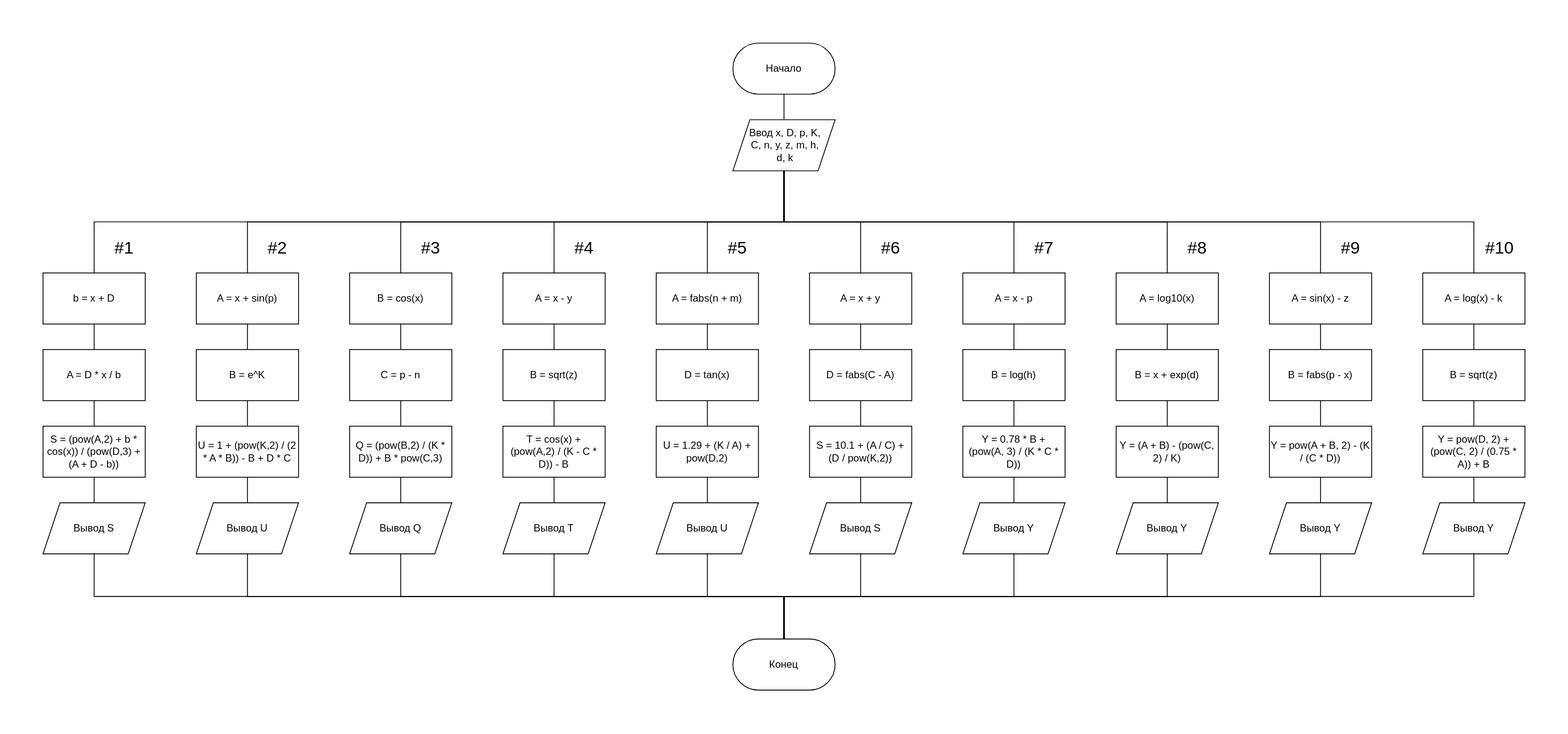
Before: lab1/ex6.svg, a diagram exported from draw.io (anterg0/bsuir). Source tidied: cells renumbered, new cells last; positions are measured from the earlier drawing's top-left corner, leaving out a move shared by most shapes.
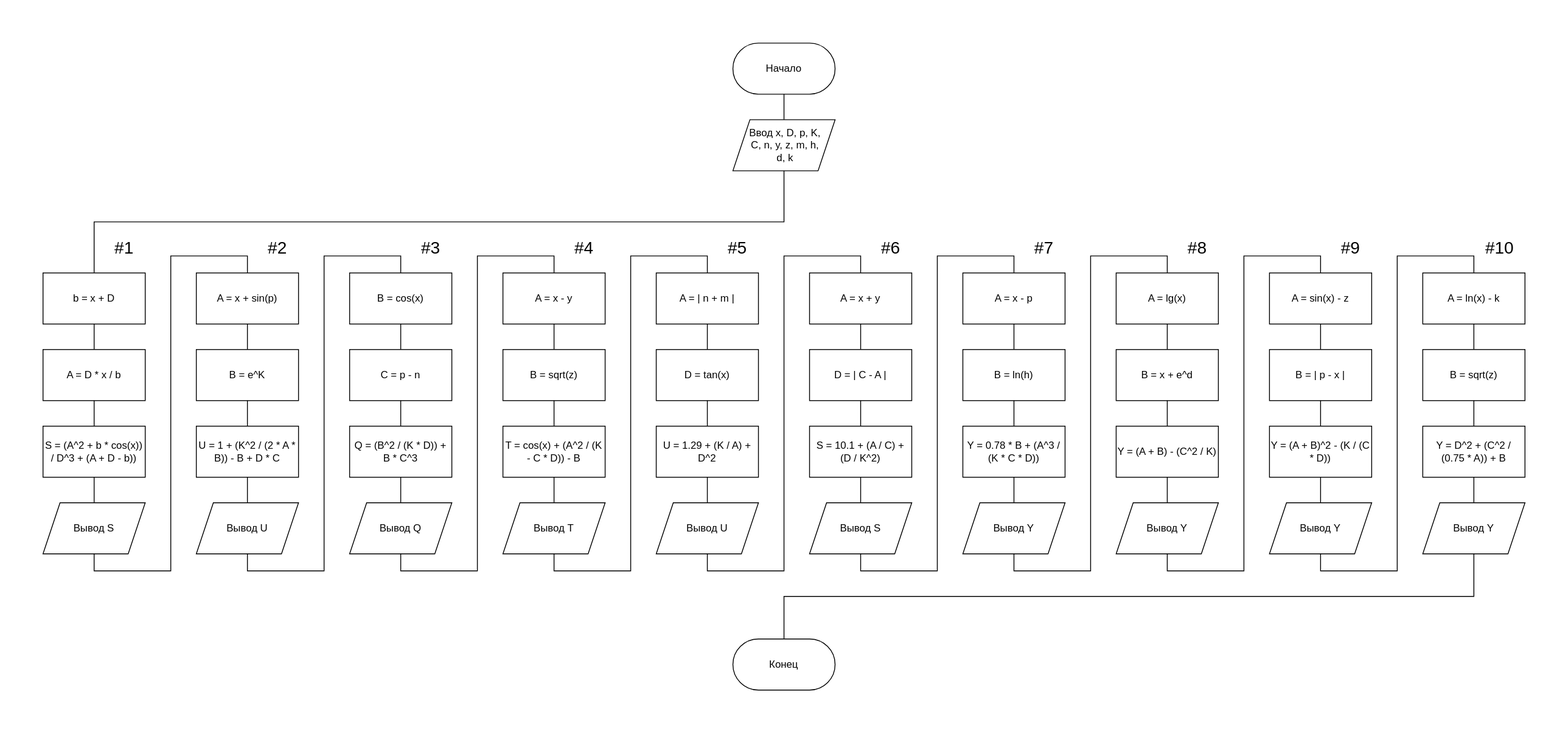
Above is the later version.

What changed in the source:
```diff
@@ -10,26 +10,2 @@
     </mxCell>
-    <mxCell id="4" style="rounded=0;jettySize=auto;html=1;exitX=0.5;exitY=1;exitDx=0;exitDy=0;endArrow=none;endFill=0;entryX=0.5;entryY=0;entryDx=0;entryDy=0;edgeStyle=orthogonalEdgeStyle;" parent="1" edge="1" source="14" target="32">
-      <mxGeometry relative="1" as="geometry" />
-    </mxCell>
-    <mxCell id="5" style="edgeStyle=orthogonalEdgeStyle;rounded=0;jettySize=auto;html=1;exitX=0.5;exitY=1;exitDx=0;exitDy=0;entryX=0.5;entryY=0;entryDx=0;entryDy=0;endArrow=none;endFill=0;" parent="1" edge="1" source="14" target="16">
-      <mxGeometry relative="1" as="geometry" />
-    </mxCell>
-    <mxCell id="6" style="edgeStyle=orthogonalEdgeStyle;rounded=0;jettySize=auto;html=1;exitX=0.5;exitY=1;exitDx=0;exitDy=0;entryX=0.5;entryY=0;entryDx=0;entryDy=0;endArrow=none;endFill=0;" parent="1" edge="1" source="14" target="24">
-      <mxGeometry relative="1" as="geometry" />
-    </mxCell>
-    <mxCell id="7" style="edgeStyle=orthogonalEdgeStyle;rounded=0;jettySize=auto;html=1;exitX=0.5;exitY=1;exitDx=0;exitDy=0;entryX=0.5;entryY=0;entryDx=0;entryDy=0;endArrow=none;endFill=0;" parent="1" edge="1" source="14" target="48">
-      <mxGeometry relative="1" as="geometry" />
-    </mxCell>
-    <mxCell id="8" style="edgeStyle=orthogonalEdgeStyle;rounded=0;jettySize=auto;html=1;exitX=0.5;exitY=1;exitDx=0;exitDy=0;entryX=0.5;entryY=0;entryDx=0;entryDy=0;endArrow=none;endFill=0;" parent="1" edge="1" source="14" target="40">
-      <mxGeometry relative="1" as="geometry" />
-    </mxCell>
-    <mxCell id="9" style="edgeStyle=orthogonalEdgeStyle;rounded=0;jettySize=auto;html=1;exitX=0.5;exitY=1;exitDx=0;exitDy=0;entryX=0.5;entryY=0;entryDx=0;entryDy=0;endArrow=none;endFill=0;" parent="1" edge="1" source="14" target="56">
-      <mxGeometry relative="1" as="geometry" />
-    </mxCell>
-    <mxCell id="10" style="edgeStyle=orthogonalEdgeStyle;rounded=0;jettySize=auto;html=1;exitX=0.5;exitY=1;exitDx=0;exitDy=0;entryX=0.5;entryY=0;entryDx=0;entryDy=0;endArrow=none;endFill=0;" parent="1" edge="1" source="14" target="64">
-      <mxGeometry relative="1" as="geometry" />
-    </mxCell>
-    <mxCell id="11" style="edgeStyle=orthogonalEdgeStyle;rounded=0;jettySize=auto;html=1;exitX=0.5;exitY=1;exitDx=0;exitDy=0;entryX=0.5;entryY=0;entryDx=0;entryDy=0;endArrow=none;endFill=0;" parent="1" edge="1" source="14" target="72">
-      <mxGeometry relative="1" as="geometry" />
-    </mxCell>
     <mxCell id="12" style="edgeStyle=orthogonalEdgeStyle;rounded=0;jettySize=auto;html=1;exitX=0.5;exitY=1;exitDx=0;exitDy=0;entryX=0.5;entryY=0;entryDx=0;entryDy=0;endArrow=none;endFill=0;" parent="1" edge="1" source="14" target="80">
@@ -37,5 +13,2 @@
     </mxCell>
-    <mxCell id="13" style="edgeStyle=orthogonalEdgeStyle;rounded=0;jettySize=auto;html=1;exitX=0.5;exitY=1;exitDx=0;exitDy=0;entryX=0.5;entryY=0;entryDx=0;entryDy=0;endArrow=none;endFill=0;" parent="1" edge="1" source="14" target="88">
-      <mxGeometry relative="1" as="geometry" />
-    </mxCell>
     <mxCell id="14" value="Ввод x, D, p, K, C, n, y, z, m, h, d, k" style="shape=parallelogram;perimeter=parallelogramPerimeter;whiteSpace=wrap;html=1;fixedSize=1;spacingLeft=14;spacingRight=11;" parent="1" vertex="1">
@@ -46,3 +19,3 @@
     </mxCell>
-    <mxCell id="16" value="A = fabs(n + m)" style="rounded=0;whiteSpace=wrap;html=1;" parent="1" vertex="1">
+    <mxCell id="16" value="A = | n + m |" style="rounded=0;whiteSpace=wrap;html=1;" parent="1" vertex="1">
       <mxGeometry x="720" y="270" width="120" height="60" as="geometry" />
@@ -58,8 +31,8 @@
     </mxCell>
-    <mxCell id="20" value="U = 1.29 + (K / A) + pow(D,2)" style="rounded=0;whiteSpace=wrap;html=1;" parent="1" vertex="1">
+    <mxCell id="20" value="U = 1.29 + (K / A) + D^2" style="rounded=0;whiteSpace=wrap;html=1;" parent="1" vertex="1">
       <mxGeometry x="720" y="450" width="120" height="60" as="geometry" />
     </mxCell>
-    <mxCell id="21" style="edgeStyle=orthogonalEdgeStyle;rounded=0;jettySize=auto;html=1;exitX=0.5;exitY=1;exitDx=0;exitDy=0;entryX=0.5;entryY=0;entryDx=0;entryDy=0;fontSize=20;startArrow=none;startFill=0;endArrow=none;endFill=0;" parent="1" edge="1" source="22" target="105">
-      <mxGeometry relative="1" as="geometry" />
-    </mxCell>
+    <mxCell id="106" style="edgeStyle=orthogonalEdgeStyle;rounded=0;jettySize=auto;html=1;exitX=0.5;exitY=1;exitDx=0;exitDy=0;entryX=0.5;entryY=0;entryDx=0;entryDy=0;fontSize=20;startArrow=none;startFill=0;endArrow=none;endFill=0;" parent="1" edge="1" source="22" target="32">
+      <mxGeometry relative="1" as="geometry" />
+    </mxCell>
     <mxCell id="22" value="Вывод U" style="shape=parallelogram;perimeter=parallelogramPerimeter;whiteSpace=wrap;html=1;fixedSize=1;" parent="1" vertex="1">
@@ -82,8 +55,8 @@
     </mxCell>
-    <mxCell id="28" value="T = cos(x) + (pow(A,2) / (K - C * D)) - B" style="rounded=0;whiteSpace=wrap;html=1;" parent="1" vertex="1">
+    <mxCell id="28" value="T = cos(x) + (A^2 / (K - C * D)) - B" style="rounded=0;whiteSpace=wrap;html=1;" parent="1" vertex="1">
       <mxGeometry x="540" y="450" width="120" height="60" as="geometry" />
     </mxCell>
-    <mxCell id="29" style="edgeStyle=orthogonalEdgeStyle;rounded=0;jettySize=auto;html=1;exitX=0.5;exitY=1;exitDx=0;exitDy=0;entryX=0.5;entryY=0;entryDx=0;entryDy=0;fontSize=20;startArrow=none;startFill=0;endArrow=none;endFill=0;" parent="1" edge="1" source="30" target="105">
-      <mxGeometry relative="1" as="geometry" />
-    </mxCell>
+    <mxCell id="107" style="edgeStyle=orthogonalEdgeStyle;rounded=0;jettySize=auto;html=1;exitX=0.5;exitY=1;exitDx=0;exitDy=0;entryX=0.5;entryY=0;entryDx=0;entryDy=0;fontSize=20;startArrow=none;startFill=0;endArrow=none;endFill=0;" parent="1" edge="1" source="30" target="16">
+      <mxGeometry relative="1" as="geometry" />
+    </mxCell>
     <mxCell id="30" value="Вывод T" style="shape=parallelogram;perimeter=parallelogramPerimeter;whiteSpace=wrap;html=1;fixedSize=1;" parent="1" vertex="1">
@@ -100,3 +73,3 @@
     </mxCell>
-    <mxCell id="34" value="D = fabs(C - A)" style="rounded=0;whiteSpace=wrap;html=1;" parent="1" vertex="1">
+    <mxCell id="34" value="D = | C - A |" style="rounded=0;whiteSpace=wrap;html=1;" parent="1" vertex="1">
       <mxGeometry x="900" y="360" width="120" height="60" as="geometry" />
@@ -106,8 +79,8 @@
     </mxCell>
-    <mxCell id="36" value="S = 10.1 + (A / C) + (D / pow(K,2))" style="rounded=0;whiteSpace=wrap;html=1;" parent="1" vertex="1">
+    <mxCell id="36" value="S = 10.1 + (A / C) + (D / K^2)" style="rounded=0;whiteSpace=wrap;html=1;" parent="1" vertex="1">
       <mxGeometry x="900" y="450" width="120" height="60" as="geometry" />
     </mxCell>
-    <mxCell id="37" style="edgeStyle=orthogonalEdgeStyle;rounded=0;jettySize=auto;html=1;exitX=0.5;exitY=1;exitDx=0;exitDy=0;entryX=0.5;entryY=0;entryDx=0;entryDy=0;fontSize=20;startArrow=none;startFill=0;endArrow=none;endFill=0;" parent="1" edge="1" source="38" target="105">
-      <mxGeometry relative="1" as="geometry" />
-    </mxCell>
+    <mxCell id="108" style="edgeStyle=orthogonalEdgeStyle;rounded=0;jettySize=auto;html=1;exitX=0.5;exitY=1;exitDx=0;exitDy=0;entryX=0.5;entryY=0;entryDx=0;entryDy=0;fontSize=20;startArrow=none;startFill=0;endArrow=none;endFill=0;" parent="1" edge="1" source="38" target="48">
+      <mxGeometry relative="1" as="geometry" />
+    </mxCell>
     <mxCell id="38" value="Вывод S" style="shape=parallelogram;perimeter=parallelogramPerimeter;whiteSpace=wrap;html=1;fixedSize=1;" parent="1" vertex="1">
@@ -130,8 +103,8 @@
     </mxCell>
-    <mxCell id="44" value="Q = (pow(B,2) / (K * D)) + B * pow(C,3)" style="rounded=0;whiteSpace=wrap;html=1;" parent="1" vertex="1">
+    <mxCell id="44" value="Q = (B^2 / (K * D)) + B * C^3" style="rounded=0;whiteSpace=wrap;html=1;" parent="1" vertex="1">
       <mxGeometry x="360" y="450" width="120" height="60" as="geometry" />
     </mxCell>
-    <mxCell id="45" style="edgeStyle=orthogonalEdgeStyle;rounded=0;jettySize=auto;html=1;exitX=0.5;exitY=1;exitDx=0;exitDy=0;fontSize=20;startArrow=none;startFill=0;endArrow=none;endFill=0;" parent="1" edge="1" source="46" target="105">
-      <mxGeometry relative="1" as="geometry" />
-    </mxCell>
+    <mxCell id="109" style="edgeStyle=orthogonalEdgeStyle;rounded=0;jettySize=auto;html=1;exitX=0.5;exitY=1;exitDx=0;exitDy=0;entryX=0.5;entryY=0;entryDx=0;entryDy=0;fontSize=20;startArrow=none;startFill=0;endArrow=none;endFill=0;" parent="1" edge="1" source="46" target="24">
+      <mxGeometry relative="1" as="geometry" />
+    </mxCell>
     <mxCell id="46" value="Вывод Q" style="shape=parallelogram;perimeter=parallelogramPerimeter;whiteSpace=wrap;html=1;fixedSize=1;" parent="1" vertex="1">
@@ -148,3 +121,3 @@
     </mxCell>
-    <mxCell id="50" value="B = log(h)" style="rounded=0;whiteSpace=wrap;html=1;" parent="1" vertex="1">
+    <mxCell id="50" value="B = ln(h)" style="rounded=0;whiteSpace=wrap;html=1;" parent="1" vertex="1">
       <mxGeometry x="1080" y="360" width="120" height="60" as="geometry" />
@@ -154,8 +127,8 @@
     </mxCell>
-    <mxCell id="52" value="Y = 0.78 * B + (pow(A, 3) / (K * C * D))" style="rounded=0;whiteSpace=wrap;html=1;" parent="1" vertex="1">
+    <mxCell id="52" value="Y = 0.78 * B + (A^3 / (K * C * D))" style="rounded=0;whiteSpace=wrap;html=1;" parent="1" vertex="1">
       <mxGeometry x="1080" y="450" width="120" height="60" as="geometry" />
     </mxCell>
-    <mxCell id="53" style="edgeStyle=orthogonalEdgeStyle;rounded=0;jettySize=auto;html=1;exitX=0.5;exitY=1;exitDx=0;exitDy=0;entryX=0.5;entryY=0;entryDx=0;entryDy=0;fontSize=20;startArrow=none;startFill=0;endArrow=none;endFill=0;" parent="1" edge="1" source="54" target="105">
-      <mxGeometry relative="1" as="geometry" />
-    </mxCell>
+    <mxCell id="110" style="edgeStyle=orthogonalEdgeStyle;rounded=0;jettySize=auto;html=1;exitX=0.5;exitY=1;exitDx=0;exitDy=0;entryX=0.5;entryY=0;entryDx=0;entryDy=0;fontSize=20;startArrow=none;startFill=0;endArrow=none;endFill=0;" parent="1" edge="1" source="54" target="56">
+      <mxGeometry relative="1" as="geometry" />
+    </mxCell>
     <mxCell id="54" value="Вывод Y" style="shape=parallelogram;perimeter=parallelogramPerimeter;whiteSpace=wrap;html=1;fixedSize=1;" parent="1" vertex="1">
@@ -166,3 +139,3 @@
     </mxCell>
-    <mxCell id="56" value="A = log10(x)" style="rounded=0;whiteSpace=wrap;html=1;" parent="1" vertex="1">
+    <mxCell id="56" value="A = lg(x)" style="rounded=0;whiteSpace=wrap;html=1;" parent="1" vertex="1">
       <mxGeometry x="1260" y="270" width="120" height="60" as="geometry" />
@@ -172,3 +145,3 @@
     </mxCell>
-    <mxCell id="58" value="B = x + exp(d)" style="rounded=0;whiteSpace=wrap;html=1;" parent="1" vertex="1">
+    <mxCell id="58" value="B = x + e^d" style="rounded=0;whiteSpace=wrap;html=1;" parent="1" vertex="1">
       <mxGeometry x="1260" y="360" width="120" height="60" as="geometry" />
@@ -178,8 +151,8 @@
     </mxCell>
-    <mxCell id="60" value="Y = (A + B) - (pow(C, 2) / K)" style="rounded=0;whiteSpace=wrap;html=1;" parent="1" vertex="1">
+    <mxCell id="60" value="Y = (A + B) - (C^2 / K)" style="rounded=0;whiteSpace=wrap;html=1;" parent="1" vertex="1">
       <mxGeometry x="1260" y="450" width="120" height="60" as="geometry" />
     </mxCell>
-    <mxCell id="61" style="edgeStyle=orthogonalEdgeStyle;rounded=0;jettySize=auto;html=1;exitX=0.5;exitY=1;exitDx=0;exitDy=0;fontSize=20;startArrow=none;startFill=0;endArrow=none;endFill=0;entryX=0.5;entryY=0;entryDx=0;entryDy=0;" parent="1" edge="1" source="62" target="105">
-      <mxGeometry relative="1" as="geometry" />
-    </mxCell>
+    <mxCell id="111" style="edgeStyle=orthogonalEdgeStyle;rounded=0;jettySize=auto;html=1;exitX=0.5;exitY=1;exitDx=0;exitDy=0;entryX=0.5;entryY=0;entryDx=0;entryDy=0;fontSize=20;startArrow=none;startFill=0;endArrow=none;endFill=0;" parent="1" edge="1" source="62" target="72">
+      <mxGeometry relative="1" as="geometry" />
+    </mxCell>
     <mxCell id="62" value="Вывод Y" style="shape=parallelogram;perimeter=parallelogramPerimeter;whiteSpace=wrap;html=1;fixedSize=1;" parent="1" vertex="1">
@@ -202,8 +175,8 @@
     </mxCell>
-    <mxCell id="68" value="U = 1 + (pow(K,2) / (2 * A * B)) - B + D * C" style="rounded=0;whiteSpace=wrap;html=1;" parent="1" vertex="1">
+    <mxCell id="68" value="U = 1 + (K^2 / (2 * A * B)) - B + D * C" style="rounded=0;whiteSpace=wrap;html=1;" parent="1" vertex="1">
       <mxGeometry x="180" y="450" width="120" height="60" as="geometry" />
     </mxCell>
-    <mxCell id="69" style="edgeStyle=orthogonalEdgeStyle;rounded=0;jettySize=auto;html=1;exitX=0.5;exitY=1;exitDx=0;exitDy=0;fontSize=20;startArrow=none;startFill=0;endArrow=none;endFill=0;" parent="1" edge="1" source="70" target="105">
-      <mxGeometry relative="1" as="geometry" />
-    </mxCell>
+    <mxCell id="112" style="edgeStyle=orthogonalEdgeStyle;rounded=0;jettySize=auto;html=1;exitX=0.5;exitY=1;exitDx=0;exitDy=0;entryX=0.5;entryY=0;entryDx=0;entryDy=0;fontSize=20;startArrow=none;startFill=0;endArrow=none;endFill=0;" parent="1" edge="1" source="70" target="40">
+      <mxGeometry relative="1" as="geometry" />
+    </mxCell>
     <mxCell id="70" value="Вывод U" style="shape=parallelogram;perimeter=parallelogramPerimeter;whiteSpace=wrap;html=1;fixedSize=1;" parent="1" vertex="1">
@@ -220,3 +193,3 @@
     </mxCell>
-    <mxCell id="74" value="B = fabs(p - x)" style="rounded=0;whiteSpace=wrap;html=1;" parent="1" vertex="1">
+    <mxCell id="74" value="B = | p - x |" style="rounded=0;whiteSpace=wrap;html=1;" parent="1" vertex="1">
       <mxGeometry x="1440" y="360" width="120" height="60" as="geometry" />
@@ -226,8 +199,8 @@
     </mxCell>
-    <mxCell id="76" value="Y = pow(A + B, 2) - (K / (C * D))" style="rounded=0;whiteSpace=wrap;html=1;" parent="1" vertex="1">
+    <mxCell id="76" value="Y = (A + B)^2 - (K / (C * D))" style="rounded=0;whiteSpace=wrap;html=1;" parent="1" vertex="1">
       <mxGeometry x="1440" y="450" width="120" height="60" as="geometry" />
     </mxCell>
-    <mxCell id="77" style="edgeStyle=orthogonalEdgeStyle;rounded=0;jettySize=auto;html=1;exitX=0.5;exitY=1;exitDx=0;exitDy=0;entryX=0.5;entryY=0;entryDx=0;entryDy=0;fontSize=20;startArrow=none;startFill=0;endArrow=none;endFill=0;" parent="1" edge="1" source="78" target="105">
-      <mxGeometry relative="1" as="geometry" />
-    </mxCell>
+    <mxCell id="113" style="edgeStyle=orthogonalEdgeStyle;rounded=0;jettySize=auto;html=1;exitX=0.5;exitY=1;exitDx=0;exitDy=0;entryX=0.5;entryY=0;entryDx=0;entryDy=0;fontSize=20;startArrow=none;startFill=0;endArrow=none;endFill=0;" parent="1" edge="1" source="78" target="88">
+      <mxGeometry relative="1" as="geometry" />
+    </mxCell>
     <mxCell id="78" value="Вывод Y" style="shape=parallelogram;perimeter=parallelogramPerimeter;whiteSpace=wrap;html=1;fixedSize=1;" parent="1" vertex="1">
@@ -250,8 +223,8 @@
     </mxCell>
-    <mxCell id="84" value="S = (pow(A,2) + b * cos(x)) / (pow(D,3) + (A + D - b))" style="rounded=0;whiteSpace=wrap;html=1;" parent="1" vertex="1">
+    <mxCell id="84" value="S = (A^2 + b * cos(x)) / D^3 + (A + D - b))" style="rounded=0;whiteSpace=wrap;html=1;" parent="1" vertex="1">
       <mxGeometry y="450" width="120" height="60" as="geometry" />
     </mxCell>
-    <mxCell id="85" style="edgeStyle=orthogonalEdgeStyle;rounded=0;jettySize=auto;html=1;exitX=0.5;exitY=1;exitDx=0;exitDy=0;fontSize=20;startArrow=none;startFill=0;endArrow=none;endFill=0;" parent="1" edge="1" source="86" target="105">
-      <mxGeometry relative="1" as="geometry" />
-    </mxCell>
+    <mxCell id="114" style="edgeStyle=orthogonalEdgeStyle;rounded=0;jettySize=auto;html=1;exitX=0.5;exitY=1;exitDx=0;exitDy=0;entryX=0.5;entryY=0;entryDx=0;entryDy=0;fontSize=20;startArrow=none;startFill=0;endArrow=none;endFill=0;" parent="1" edge="1" source="86" target="64">
+      <mxGeometry relative="1" as="geometry" />
+    </mxCell>
     <mxCell id="86" value="Вывод S" style="shape=parallelogram;perimeter=parallelogramPerimeter;whiteSpace=wrap;html=1;fixedSize=1;" parent="1" vertex="1">
@@ -262,3 +235,3 @@
     </mxCell>
-    <mxCell id="88" value="A = log(x) - k" style="rounded=0;whiteSpace=wrap;html=1;" parent="1" vertex="1">
+    <mxCell id="88" value="A = ln(x) - k" style="rounded=0;whiteSpace=wrap;html=1;" parent="1" vertex="1">
       <mxGeometry x="1620" y="270" width="120" height="60" as="geometry" />
@@ -274,6 +247,6 @@
     </mxCell>
-    <mxCell id="92" value="Y = pow(D, 2) + (pow(C, 2) / (0.75 * A)) + B" style="rounded=0;whiteSpace=wrap;html=1;" parent="1" vertex="1">
+    <mxCell id="92" value="Y = D^2 + (C^2 / (0.75 * A)) + B" style="rounded=0;whiteSpace=wrap;html=1;" parent="1" vertex="1">
       <mxGeometry x="1620" y="450" width="120" height="60" as="geometry" />
     </mxCell>
-    <mxCell id="93" style="edgeStyle=orthogonalEdgeStyle;rounded=0;jettySize=auto;html=1;exitX=0.5;exitY=1;exitDx=0;exitDy=0;fontSize=20;startArrow=none;startFill=0;endArrow=none;endFill=0;entryX=0.5;entryY=0;entryDx=0;entryDy=0;" parent="1" edge="1" source="94" target="105">
+    <mxCell id="93" style="edgeStyle=orthogonalEdgeStyle;rounded=0;jettySize=auto;html=1;exitX=0.5;exitY=1;exitDx=0;exitDy=0;fontSize=20;startArrow=none;startFill=0;endArrow=none;endFill=0;" parent="1" edge="1" source="94" target="105">
       <mxGeometry relative="1" as="geometry" />
```
